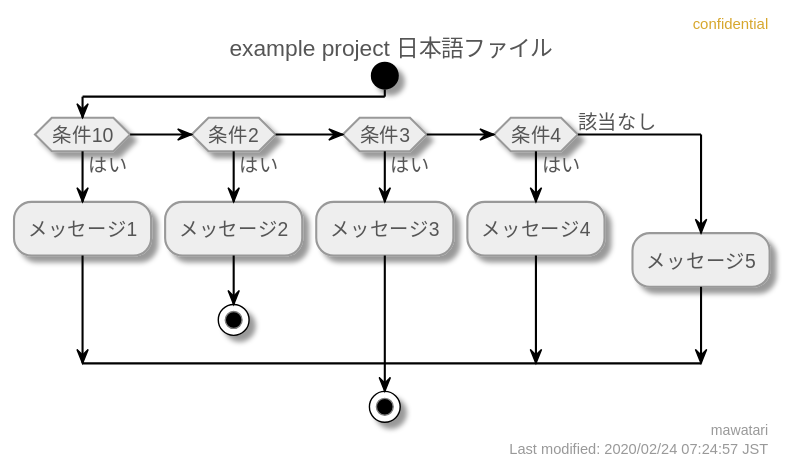
The PlantUML diagram activity-diagram/日本語ファイル.svg in mawatari/example-project-uml, before a commit. The source it was exported from:
```plantuml
@startuml
skinparam {
  BoxPadding 5
  ParticipantPadding 10
}
skinparam default {
  FontColor #555555
  FontSize 14
}
skinparam Header {
  FontColor #D7A72D
  FontSize 10
}
skinparam Footer {
  FontColor #999999
  FontSize 10
}
skinparam Title {
  FontSize 16
}

skinparam Actor {
  BackgroundColor #eeeeee
  BorderColor #999999
}

skinparam note {
  FontStyle bold
  FontColor #ffffff
  BackgroundColor #7f8c8d
  BorderColor #7f8c8d
}

skinparam activity {
  ArrowColor #000000
  BackgroundColor #eeeeee
  BorderColor #999999
  StartColor #000000
  EndColor #000000
  BarColor #000000

  DiamondBackgroundColor #eeeeee
  DiamondBorderColor #999999
}
right header confidential
right footer mawatari\nLast modified: 2020/02/24 07:24:57 JST
title example project 日本語ファイル

start
if (条件10) then (はい)
  :メッセージ1;
elseif (条件2) then (はい)
  :メッセージ2;
  stop
elseif (条件3) then (はい)
  :メッセージ3;
elseif (条件4) then (はい)
  :メッセージ4;
else (該当なし)
  :メッセージ5;
endif
stop

@enduml
```
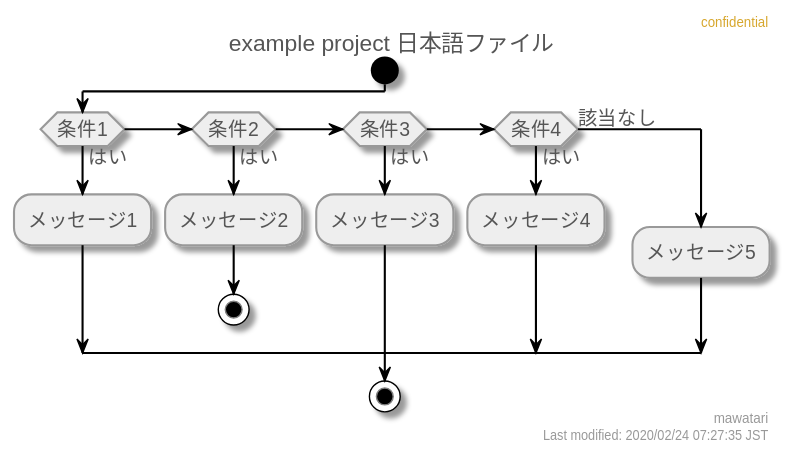
Above is the later version.

Commit message:
Automatically generated PlantUML images.

What changed in the source:
```diff
@@ -43,11 +43,11 @@
   DiamondBorderColor #999999
 }
 right header confidential
-right footer mawatari\nLast modified: 2020/02/24 07:24:57 JST
+right footer mawatari\nLast modified: 2020/02/24 07:27:35 JST
 title example project 日本語ファイル
 
 start
-if (条件10) then (はい)
+if (条件1) then (はい)
   :メッセージ1;
 elseif (条件2) then (はい)
   :メッセージ2;
```
